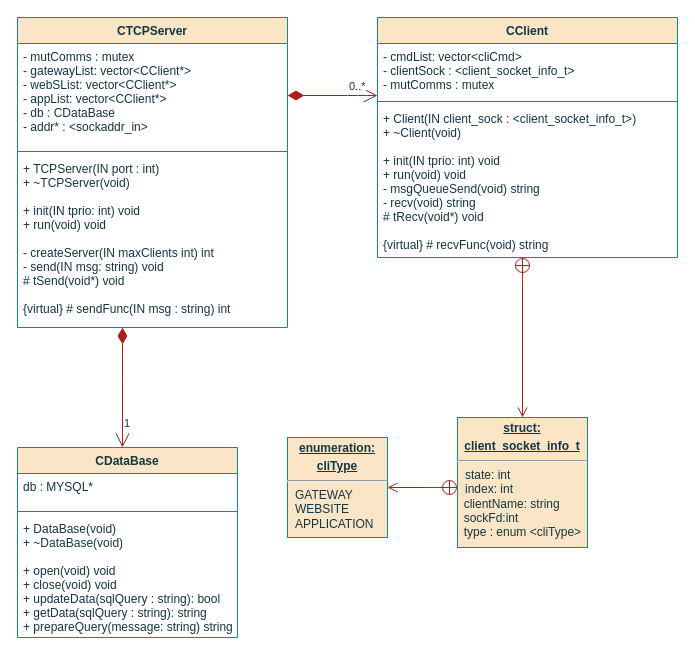
This is page "Class" (4 of 14) of documentation/flowcharts/RS/RS.drawio from ESRGgroup9/slipad, a draw.io file, before an edit. Source tidied: cells renumbered, new cells numbered last; positions are measured from the earlier drawing's top-left corner, leaving out a move shared by most shapes. Both pictures are drawn from the tidied source at 100%, with x=0, y=0 at pixel (17, 17).
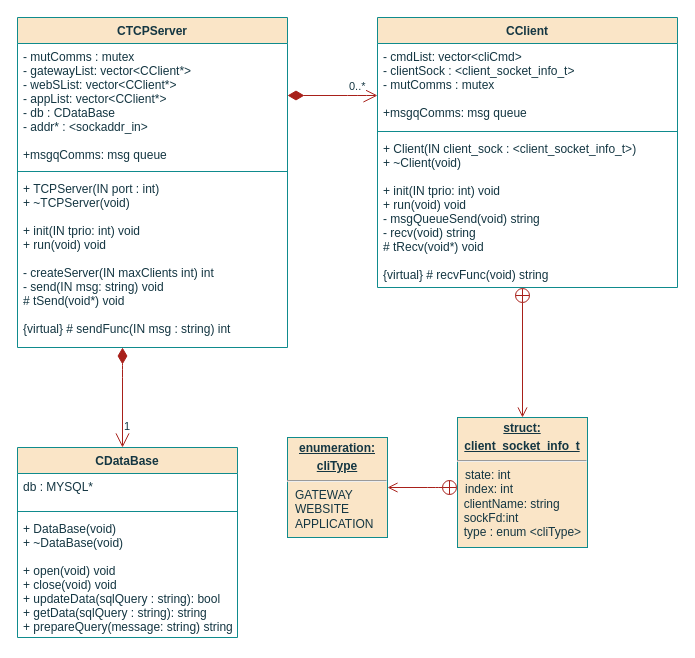
The same diagram, later.

What changed in the source:
```diff
@@
     <mxCell id="2" value="CTCPServer" style="swimlane;fontStyle=1;align=center;verticalAlign=top;horizontal=1;startSize=26;fillColor=#FAE5C7;strokeColor=#0F8B8D;fontColor=#143642;" parent="1" vertex="1">
-      <mxGeometry width="270" height="310" as="geometry" />
+      <mxGeometry width="270" height="330" as="geometry" />
     </mxCell>
-    <mxCell id="3" value="-  mutComms : mutex&#10;- gatewayList: vector&lt;CClient*&gt;&#10;- webSList: vector&lt;CClient*&gt;&#10;- appList: vector&lt;CClient*&gt;&#10;- db : CDataBase&#10;- addr* : &lt;sockaddr_in&gt;" style="text;strokeColor=none;fillColor=none;align=left;verticalAlign=top;spacingLeft=4;spacingRight=4;overflow=hidden;points=[[0,0.5],[1,0.5]];portConstraint=eastwest;fontColor=#143642;" parent="2" vertex="1">
-      <mxGeometry y="26" width="270" height="104" as="geometry" />
+    <mxCell id="3" value="-  mutComms : mutex&#10;- gatewayList: vector&lt;CClient*&gt;&#10;- webSList: vector&lt;CClient*&gt;&#10;- appList: vector&lt;CClient*&gt;&#10;- db : CDataBase&#10;- addr* : &lt;sockaddr_in&gt;&#10;&#10;+msgqComms: msg queue&#10;" style="text;strokeColor=none;fillColor=none;align=left;verticalAlign=top;spacingLeft=4;spacingRight=4;overflow=hidden;points=[[0,0.5],[1,0.5]];portConstraint=eastwest;fontColor=#143642;" parent="2" vertex="1">
+      <mxGeometry y="26" width="270" height="124" as="geometry" />
     </mxCell>
     <mxCell id="4" style="line;strokeWidth=1;fillColor=none;align=left;verticalAlign=middle;spacingTop=-1;spacingLeft=3;spacingRight=3;labelPosition=right;labelBackgroundColor=#DAD2D8;strokeColor=#0F8B8D;fontColor=#143642;" parent="2" vertex="1">
-      <mxGeometry y="130" width="270" height="8" as="geometry" />
+      <mxGeometry y="150" width="270" height="8" as="geometry" />
     </mxCell>
     <mxCell id="5" value="+ TCPServer(IN port : int)&#10;+ ~TCPServer(void)&#10;&#10;+ init(IN  tprio: int) void&#10;+ run(void) void&#10;&#10;- createServer(IN maxClients int) int &#10;- send(IN msg: string) void&#10;# tSend(void*) void&#10;&#10;{virtual} # sendFunc(IN msg : string) int " style="text;strokeColor=none;fillColor=none;align=left;verticalAlign=top;spacingLeft=4;spacingRight=4;overflow=hidden;points=[[0,0.5],[1,0.5]];portConstraint=eastwest;fontColor=#143642;" parent="2" vertex="1">
-      <mxGeometry y="138" width="270" height="172" as="geometry" />
+      <mxGeometry y="158" width="270" height="172" as="geometry" />
     </mxCell>
     <mxCell id="6" value="CClient" style="swimlane;fontStyle=1;align=center;verticalAlign=top;horizontal=1;startSize=26;fillColor=#FAE5C7;strokeColor=#0F8B8D;fontColor=#143642;" parent="1" vertex="1">
-      <mxGeometry x="360" width="300" height="240" as="geometry" />
+      <mxGeometry x="360" width="300" height="270" as="geometry" />
     </mxCell>
-    <mxCell id="7" value="- cmdList: vector&lt;cliCmd&gt;&#10;- clientSock : &lt;client_socket_info_t&gt;&#10;- mutComms : mutex&#10;" style="text;strokeColor=none;fillColor=none;align=left;verticalAlign=top;spacingLeft=4;spacingRight=4;overflow=hidden;points=[[0,0.5],[1,0.5]];portConstraint=eastwest;fontColor=#143642;" parent="6" vertex="1">
-      <mxGeometry y="26" width="300" height="54" as="geometry" />
+    <mxCell id="7" value="- cmdList: vector&lt;cliCmd&gt;&#10;- clientSock : &lt;client_socket_info_t&gt;&#10;- mutComms : mutex&#10;&#10;+msgqComms: msg queue&#10;" style="text;strokeColor=none;fillColor=none;align=left;verticalAlign=top;spacingLeft=4;spacingRight=4;overflow=hidden;points=[[0,0.5],[1,0.5]];portConstraint=eastwest;fontColor=#143642;" parent="6" vertex="1">
+      <mxGeometry y="26" width="300" height="84" as="geometry" />
     </mxCell>
     <mxCell id="8" style="line;strokeWidth=1;fillColor=none;align=left;verticalAlign=middle;spacingTop=-1;spacingLeft=3;spacingRight=3;labelPosition=right;labelBackgroundColor=#DAD2D8;strokeColor=#0F8B8D;fontColor=#143642;" parent="6" vertex="1">
-      <mxGeometry y="80" width="300" height="8" as="geometry" />
+      <mxGeometry y="110" width="300" height="8" as="geometry" />
     </mxCell>
     <mxCell id="9" value="+ Client(IN client_sock : &lt;client_socket_info_t&gt;)&#10;+ ~Client(void)&#10;&#10;+ init(IN tprio: int) void&#10;+ run(void) void&#10;- msgQueueSend(void) string&#10;- recv(void) string&#10;# tRecv(void*) void&#10;&#10;{virtual} # recvFunc(void) string" style="text;strokeColor=none;fillColor=none;align=left;verticalAlign=top;spacingLeft=4;spacingRight=4;overflow=hidden;points=[[0,0.5],[1,0.5]];portConstraint=eastwest;fontColor=#143642;" parent="6" vertex="1">
-      <mxGeometry y="88" width="300" height="152" as="geometry" />
+      <mxGeometry y="118" width="300" height="152" as="geometry" />
     </mxCell>
```
